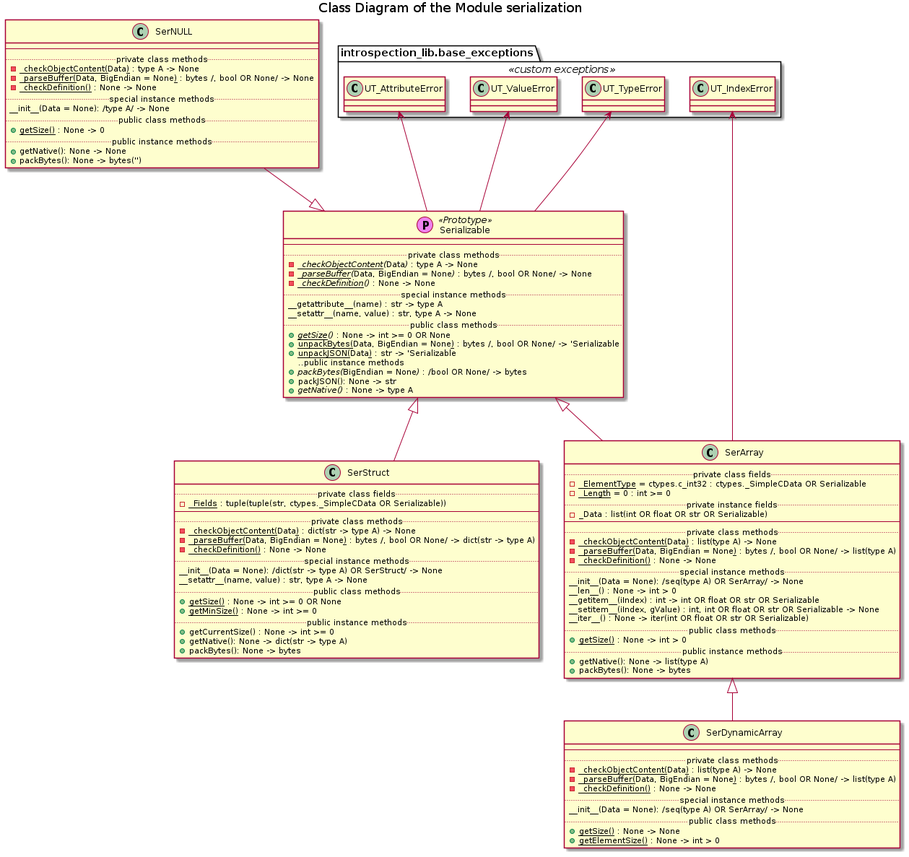
Before: Documentation/UML/serialization/serialization_classes.png, a diagram exported from PlantUML (FooBarShebang/com_lib). Source of this version:
```plantuml
@startuml serialization_classes

title Class Diagram of the Module serialization

!if %not(%variable_exists("$CLASSES"))
    !include ../Templates/Classes2.cuml
!endif

namespace introspection_lib.base_exceptions <<custom exceptions>> {
    class UT_TypeError
    class UT_ValueError
    class UT_AttributeError
    class UT_IndexError
}

!if $is_not_defined("$SERIALIZABLE")
    !include ./serializable.iuml
!endif

introspection_lib.base_exceptions.UT_TypeError <-- Serializable
introspection_lib.base_exceptions.UT_ValueError <-- Serializable
introspection_lib.base_exceptions.UT_AttributeError <-- Serializable

!if $is_not_defined("$SERNULL")
    !include ./sernull.iuml
!endif

!if $is_not_defined("$SERSTRUCT")
    !include ./serstruct.iuml
!endif

!if $is_not_defined("$SERARRAY")
    !include ./serarray.iuml
!endif

introspection_lib.base_exceptions.UT_IndexError <--- SerArray

SerNULL --|> Serializable

Serializable <|-- SerStruct

Serializable <|-- SerArray

!if $is_not_defined("$SERDYNAMICARRAY")
    !include ./serdynamicarray.iuml
!endif

SerArray <|-- SerDynamicArray

@enduml
```
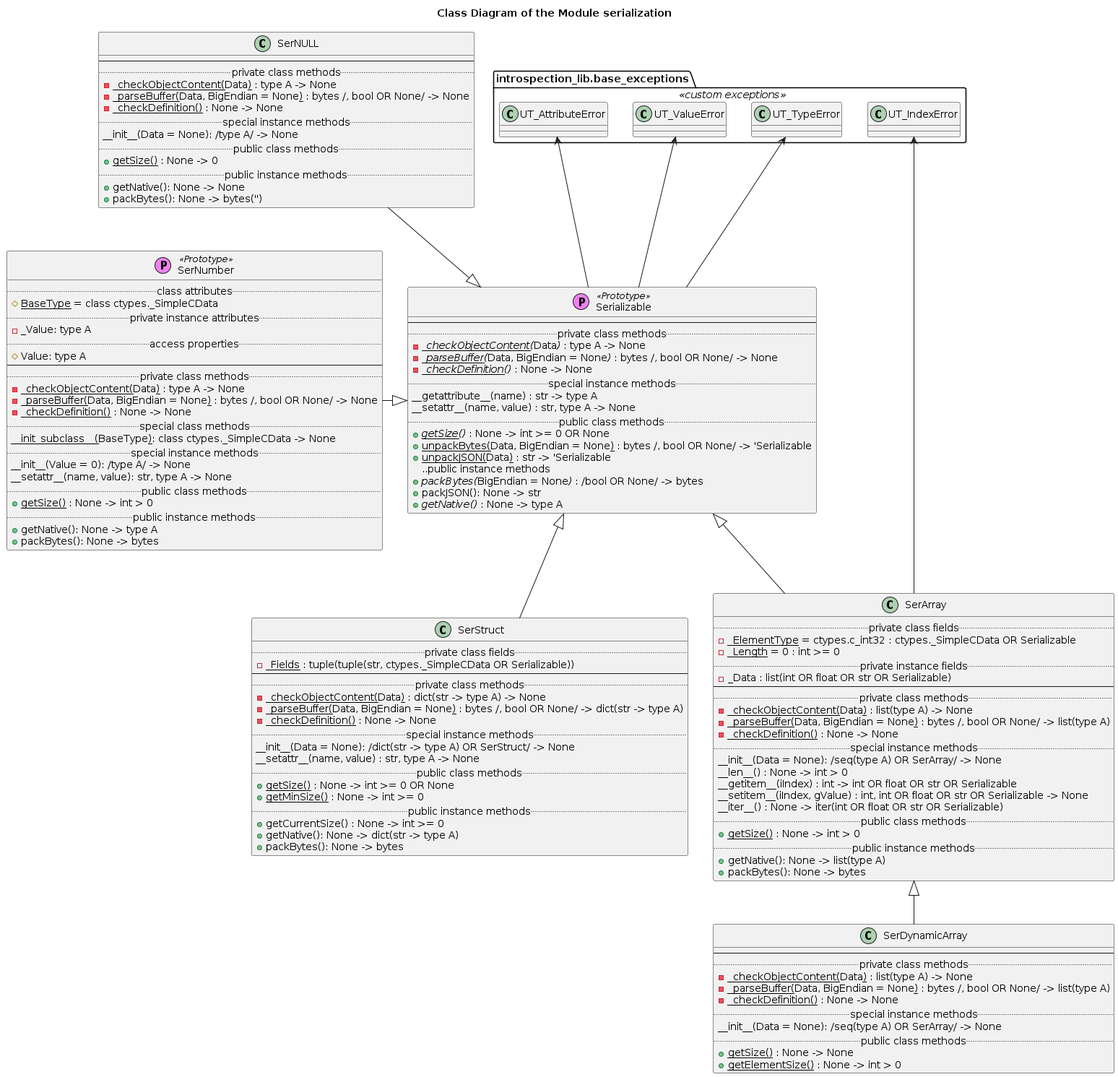
Later version of the same file.

The edit, as a diff of the source:
```diff
@@ -33,9 +33,15 @@
     !include ./serarray.iuml
 !endif
 
+!if $is_not_defined("$SERNUMBER")
+    !include ./sernumber.iuml
+!endif
+
 introspection_lib.base_exceptions.UT_IndexError <--- SerArray
 
 SerNULL --|> Serializable
+
+SerNumber -|> Serializable
 
 Serializable <|-- SerStruct
 
```
